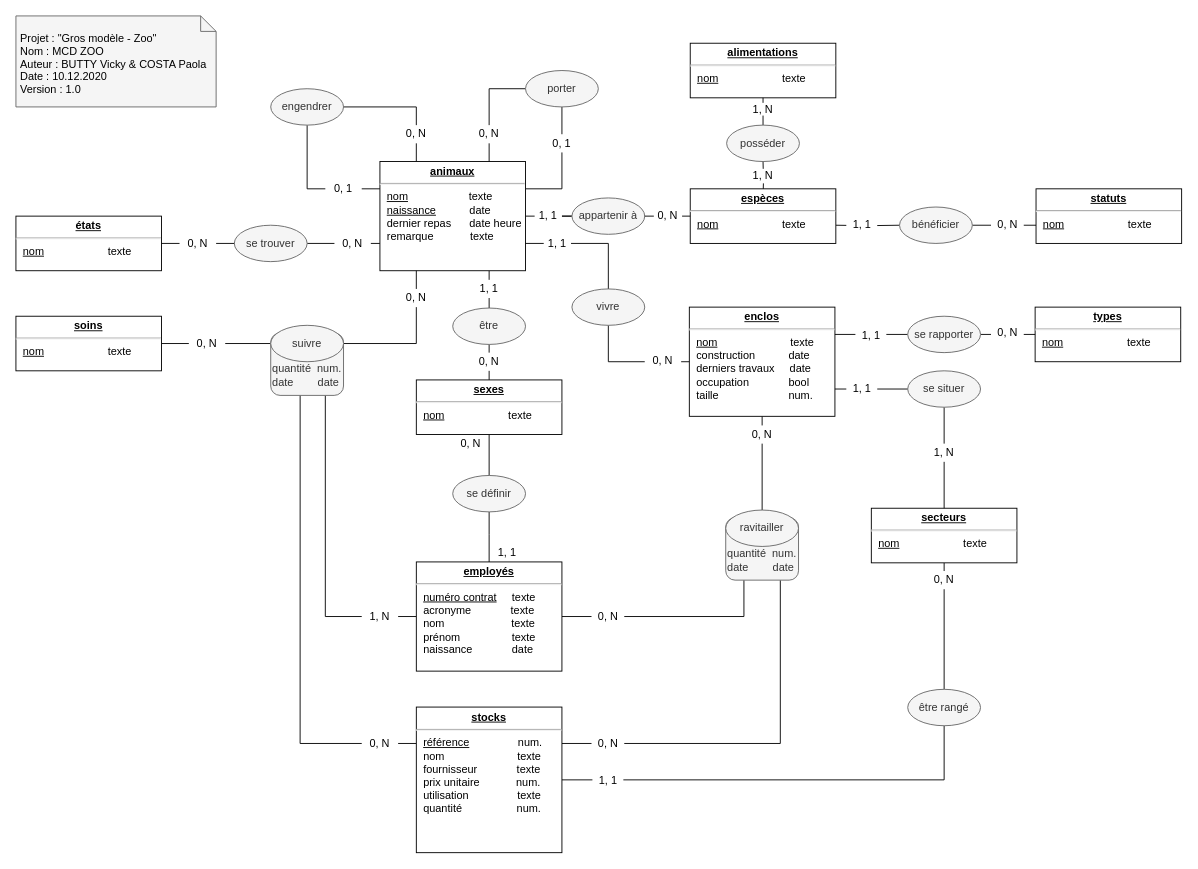
The draw.io diagram Fichiers modifiables/MCD ZOO.drawio in AhVen98/Ma-08_Zoo, before the edit. Source tidied: cells renumbered, new cells numbered last; positions are measured from the earlier drawing's top-left corner, leaving out a move shared by most shapes. Both pictures are drawn from the tidied source at 91%, with x=0, y=0 at pixel (15, 15).
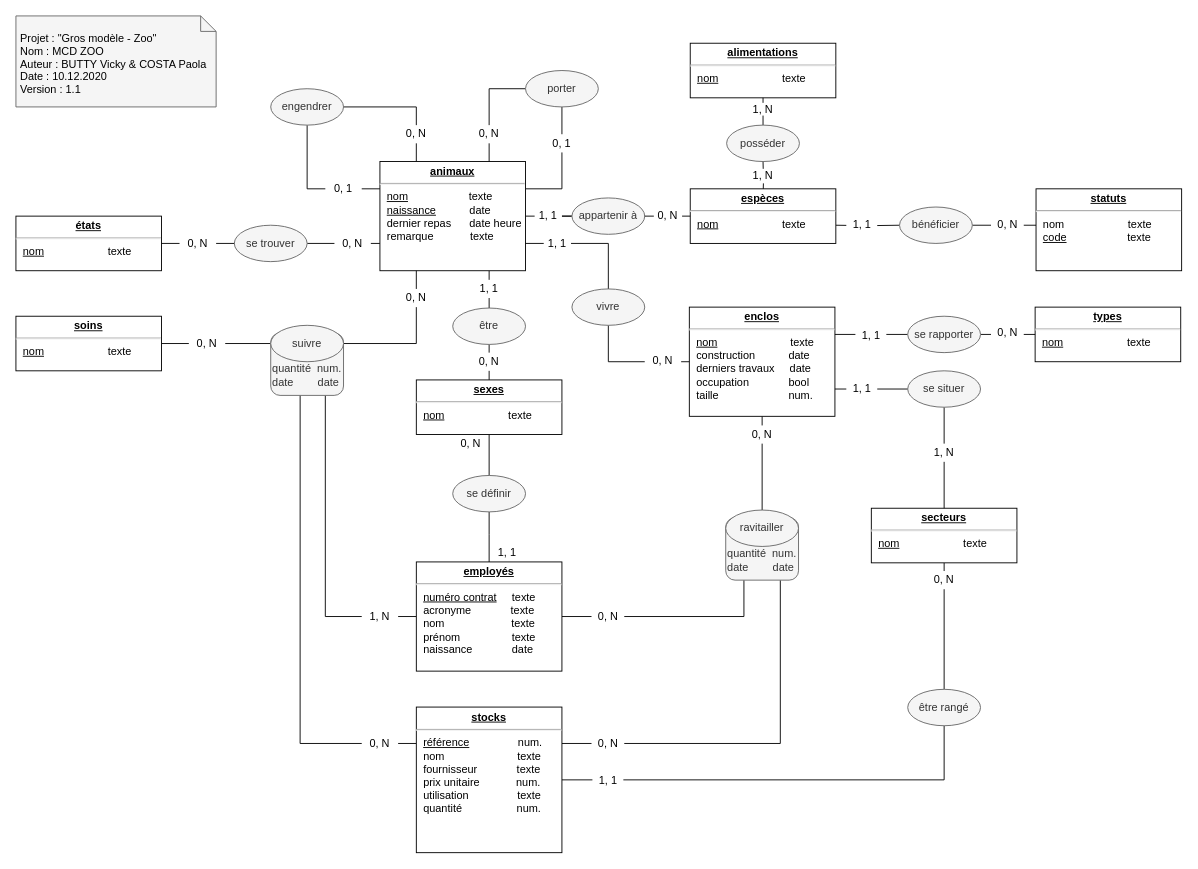
After the change.

Commit message:
Modification de la table "status"

Unchanged cells that the change refers to:
```xml
<mxCell id="70" style="group;" parent="1" vertex="1">
  <mxGeometry width="220" height="100" as="geometry" />
</mxCell>
```

Diff of the diagram source:
```diff
@@
-    <mxCell id="72" value="Projet : &quot;Gros modèle - Zoo&quot;&#10;Nom : MCD ZOO&#10;Auteur : BUTTY Vicky &amp; COSTA Paola&#10;Date : 10.12.2020&#10;Version : 1.0" style="text;align=left;fontStyle=0;verticalAlign=top;spacingLeft=3;spacingRight=3;strokeColor=none;labelBackgroundColor=none;" parent="70" vertex="1">
+    <mxCell id="72" value="Projet : &quot;Gros modèle - Zoo&quot;&#10;Nom : MCD ZOO&#10;Auteur : BUTTY Vicky &amp; COSTA Paola&#10;Date : 10.12.2020&#10;Version : 1.1" style="text;align=left;fontStyle=0;verticalAlign=top;spacingLeft=3;spacingRight=3;strokeColor=none;labelBackgroundColor=none;" parent="70" vertex="1">
       <mxGeometry y="11.3" width="220" height="88.7" as="geometry" />
     </mxCell>
-    <mxCell id="73" value="&lt;p style=&quot;margin: 0px ; margin-top: 4px ; text-align: center ; text-decoration: underline&quot;&gt;&lt;b&gt;statuts&lt;/b&gt;&lt;br&gt;&lt;/p&gt;&lt;hr&gt;&lt;p style=&quot;margin: 0px ; margin-left: 8px&quot;&gt;&lt;span&gt;&lt;u&gt;nom&lt;/u&gt;&amp;nbsp; &amp;nbsp; &amp;nbsp; &amp;nbsp; &amp;nbsp; &amp;nbsp; &amp;nbsp; &amp;nbsp; &amp;nbsp; &amp;nbsp; &amp;nbsp;texte&lt;/span&gt;&lt;/p&gt;" style="verticalAlign=top;align=left;overflow=fill;fontSize=12;fontFamily=Helvetica;html=1;" parent="1" vertex="1">
-      <mxGeometry x="1121" y="190" width="160" height="60" as="geometry" />
+    <mxCell id="73" value="&lt;p style=&quot;margin: 0px ; margin-top: 4px ; text-align: center ; text-decoration: underline&quot;&gt;&lt;b&gt;statuts&lt;/b&gt;&lt;br&gt;&lt;/p&gt;&lt;hr&gt;&lt;p style=&quot;margin: 0px ; margin-left: 8px&quot;&gt;&lt;span&gt;nom&amp;nbsp; &amp;nbsp; &amp;nbsp; &amp;nbsp; &amp;nbsp; &amp;nbsp; &amp;nbsp; &amp;nbsp; &amp;nbsp; &amp;nbsp; &amp;nbsp;texte&lt;/span&gt;&lt;/p&gt;&lt;p style=&quot;margin: 0px ; margin-left: 8px&quot;&gt;&lt;u&gt;code&lt;/u&gt;&amp;nbsp; &amp;nbsp; &amp;nbsp; &amp;nbsp; &amp;nbsp; &amp;nbsp; &amp;nbsp; &amp;nbsp; &amp;nbsp; &amp;nbsp; texte&lt;/p&gt;" style="verticalAlign=top;align=left;overflow=fill;fontSize=12;fontFamily=Helvetica;html=1;" parent="1" vertex="1">
+      <mxGeometry x="1121" y="190" width="160" height="90" as="geometry" />
     </mxCell>
```
